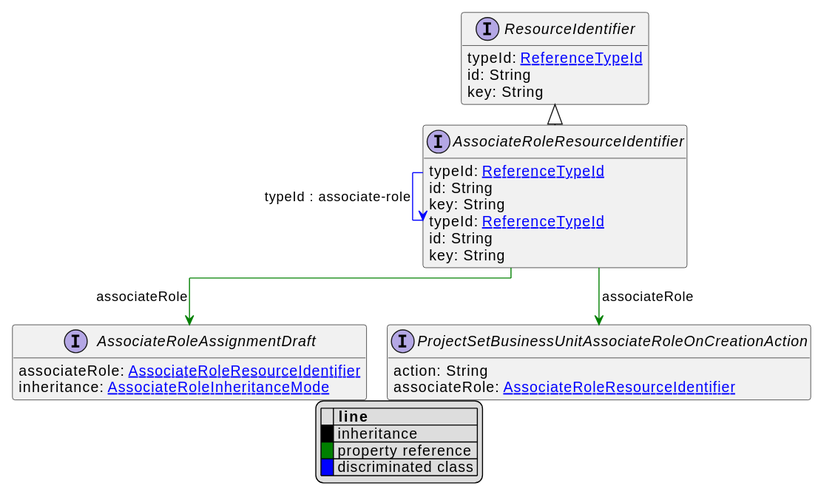
Earlier version of the PlantUML export uml/api/svg/AssociateRoleResourceIdentifier.svg (commercetools/commercetools-api-reference). Its diagram source:
```plantuml
@startuml
!pragma layout elk
hide empty fields
hide empty methods
legend
|= |= line |
|<back:black>   </back>| inheritance |
|<back:green>   </back>| property reference |
|<back:blue>   </back>| discriminated class |
endlegend
interface AssociateRoleResourceIdentifier [[AssociateRoleResourceIdentifier.svg]] extends ResourceIdentifier {
    typeId: [[ReferenceTypeId.svg ReferenceTypeId]]
    id: String
    key: String
}
interface ResourceIdentifier [[ResourceIdentifier.svg]]  {
    typeId: [[ReferenceTypeId.svg ReferenceTypeId]]
    id: String
    key: String
}

interface AssociateRoleResourceIdentifier [[AssociateRoleResourceIdentifier.svg]]  {
    typeId: [[ReferenceTypeId.svg ReferenceTypeId]]
    id: String
    key: String
}
interface AssociateRoleAssignmentDraft [[AssociateRoleAssignmentDraft.svg]]  {
    associateRole: [[AssociateRoleResourceIdentifier.svg AssociateRoleResourceIdentifier]]
    inheritance: [[AssociateRoleInheritanceMode.svg AssociateRoleInheritanceMode]]
}
interface ProjectSetBusinessUnitAssociateRoleOnCreationAction [[ProjectSetBusinessUnitAssociateRoleOnCreationAction.svg]]  {
    action: String
    associateRole: [[AssociateRoleResourceIdentifier.svg AssociateRoleResourceIdentifier]]
}
AssociateRoleResourceIdentifier --> AssociateRoleResourceIdentifier #blue;text:blue : "typeId : associate-role"
AssociateRoleResourceIdentifier --> AssociateRoleAssignmentDraft #green;text:green : "associateRole"
AssociateRoleResourceIdentifier --> ProjectSetBusinessUnitAssociateRoleOnCreationAction #green;text:green : "associateRole"
@enduml
```
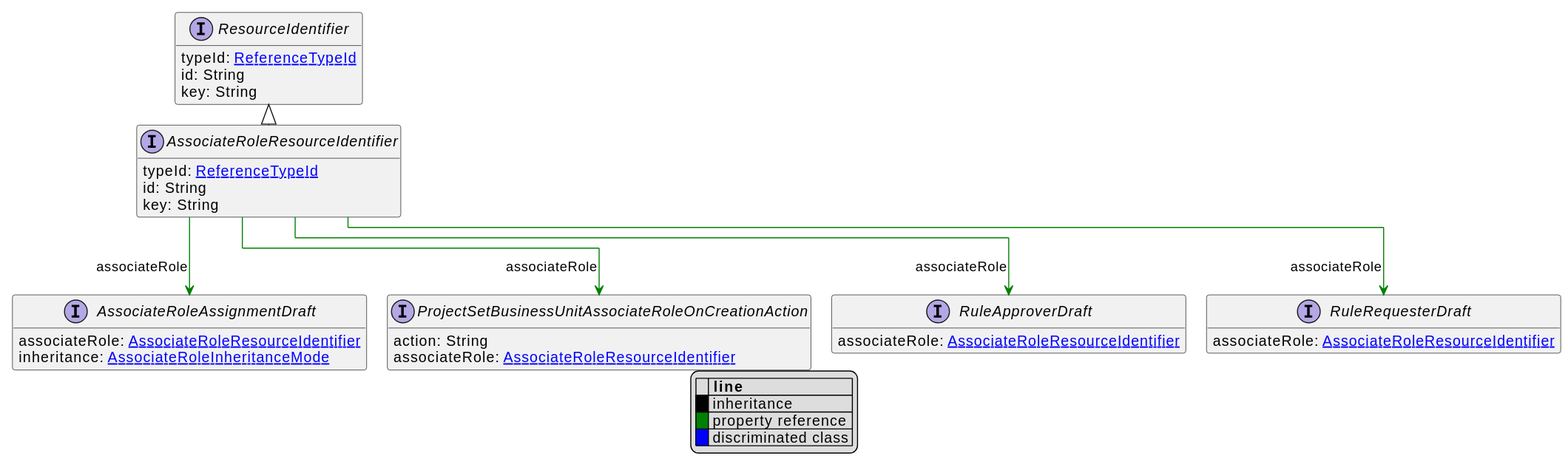
Later version of the same file.

The edit, as a diff of the source:
```diff
@@ -19,10 +19,12 @@
     key: String
 }
 
-interface AssociateRoleResourceIdentifier [[AssociateRoleResourceIdentifier.svg]]  {
-    typeId: [[ReferenceTypeId.svg ReferenceTypeId]]
-    id: String
-    key: String
+
+interface RuleApproverDraft [[RuleApproverDraft.svg]]  {
+    associateRole: [[AssociateRoleResourceIdentifier.svg AssociateRoleResourceIdentifier]]
+}
+interface RuleRequesterDraft [[RuleRequesterDraft.svg]]  {
+    associateRole: [[AssociateRoleResourceIdentifier.svg AssociateRoleResourceIdentifier]]
 }
 interface AssociateRoleAssignmentDraft [[AssociateRoleAssignmentDraft.svg]]  {
     associateRole: [[AssociateRoleResourceIdentifier.svg AssociateRoleResourceIdentifier]]
@@ -32,7 +34,9 @@
     action: String
     associateRole: [[AssociateRoleResourceIdentifier.svg AssociateRoleResourceIdentifier]]
 }
-AssociateRoleResourceIdentifier --> AssociateRoleResourceIdentifier #blue;text:blue : "typeId : associate-role"
+
+AssociateRoleResourceIdentifier --> RuleApproverDraft #green;text:green : "associateRole"
+AssociateRoleResourceIdentifier --> RuleRequesterDraft #green;text:green : "associateRole"
 AssociateRoleResourceIdentifier --> AssociateRoleAssignmentDraft #green;text:green : "associateRole"
 AssociateRoleResourceIdentifier --> ProjectSetBusinessUnitAssociateRoleOnCreationAction #green;text:green : "associateRole"
 @enduml
```
